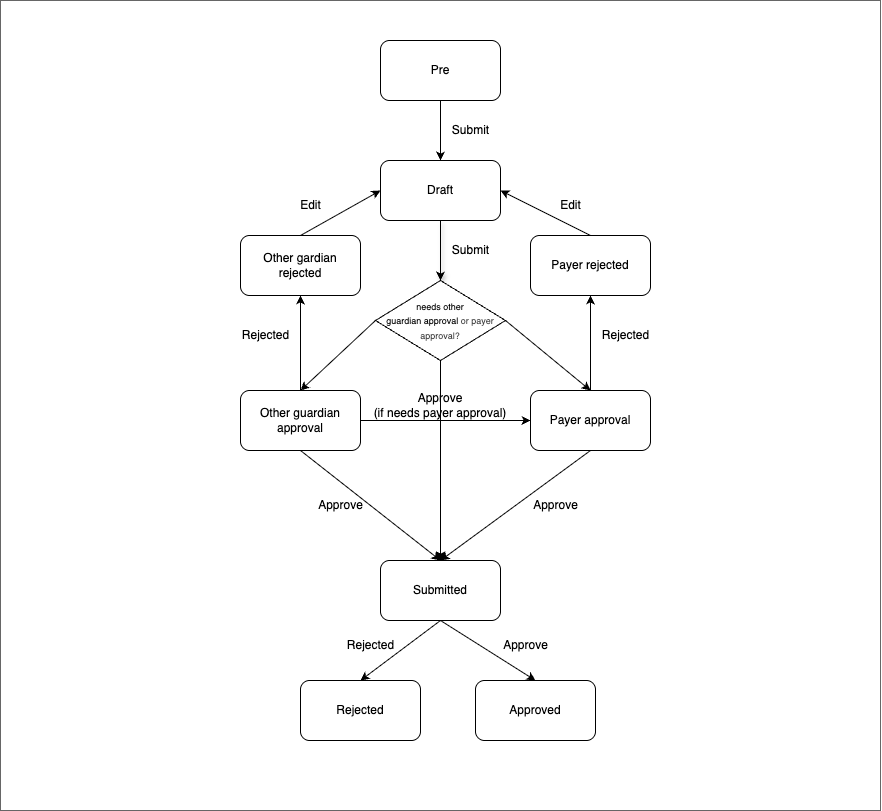
This is libs/application/templates/new-primary-school/assets/nps-flow-chart.png from island-is/island.is, a draw.io export, as it was before one commit. Source tidied: cells renumbered, new cells last; positions are measured from the earlier drawing's top-left corner, leaving out a move shared by most shapes. Its diagram source:
```xml
<mxGraphModel>
  <root>
    <mxCell id="0" />
    <mxCell id="1" parent="0" />
    <mxCell id="2" value="Approve &lt;br&gt;(if needs payer approval)" style="whiteSpace=wrap;html=1;fillColor=#FFFFFF;gradientColor=none;strokeColor=#666666;" parent="1" vertex="1">
      <mxGeometry width="880" height="810" as="geometry" />
    </mxCell>
    <mxCell id="3" value="Draft" style="rounded=1;whiteSpace=wrap;html=1;" parent="1" vertex="1">
      <mxGeometry x="380" y="160" width="120" height="60" as="geometry" />
    </mxCell>
    <mxCell id="4" value="Rejected" style="rounded=1;whiteSpace=wrap;html=1;" parent="1" vertex="1">
      <mxGeometry x="300" y="680" width="120" height="60" as="geometry" />
    </mxCell>
    <mxCell id="5" value="Approved" style="rounded=1;whiteSpace=wrap;html=1;" parent="1" vertex="1">
      <mxGeometry x="475" y="680" width="120" height="60" as="geometry" />
    </mxCell>
    <mxCell id="6" value="Rejected" style="text;html=1;align=center;verticalAlign=middle;strokeColor=none;fillColor=none;fontColor=#000000;" parent="1" vertex="1">
      <mxGeometry x="335" y="630" width="70" height="30" as="geometry" />
    </mxCell>
    <mxCell id="7" value="Submit" style="text;html=1;align=center;verticalAlign=middle;strokeColor=none;fillColor=none;fontColor=#000000;" parent="1" vertex="1">
      <mxGeometry x="440" y="235" width="60" height="30" as="geometry" />
    </mxCell>
    <mxCell id="8" value="Approve" style="text;html=1;align=center;verticalAlign=middle;strokeColor=none;fillColor=none;fontColor=#000000;" parent="1" vertex="1">
      <mxGeometry x="490" y="630" width="70" height="30" as="geometry" />
    </mxCell>
    <mxCell id="9" style="edgeStyle=none;html=1;entryX=1;entryY=0.5;entryDx=0;entryDy=0;exitX=0.5;exitY=0;exitDx=0;exitDy=0;" parent="1" edge="1" source="10" target="3">
      <mxGeometry relative="1" as="geometry" />
    </mxCell>
    <mxCell id="10" value="Payer rejected" style="rounded=1;whiteSpace=wrap;html=1;" parent="1" vertex="1">
      <mxGeometry x="530" y="235" width="120" height="60" as="geometry" />
    </mxCell>
    <mxCell id="11" value="Pre" style="rounded=1;whiteSpace=wrap;html=1;" parent="1" vertex="1">
      <mxGeometry x="380" y="40" width="120" height="60" as="geometry" />
    </mxCell>
    <mxCell id="12" value="Submit" style="text;html=1;align=center;verticalAlign=middle;strokeColor=none;fillColor=none;fontColor=#000000;" parent="1" vertex="1">
      <mxGeometry x="440" y="115" width="60" height="30" as="geometry" />
    </mxCell>
    <mxCell id="13" style="endArrow=classic;html=1;entryX=0.5;entryY=0;entryDx=0;entryDy=0;exitX=0.5;exitY=1;exitDx=0;exitDy=0;fontColor=#FFFFFF;strokeColor=#000000;" parent="1" edge="1">
      <mxGeometry relative="1" as="geometry">
        <mxPoint x="440" y="100" as="sourcePoint" />
        <mxPoint x="440" y="160" as="targetPoint" />
      </mxGeometry>
    </mxCell>
    <mxCell id="14" style="endArrow=classic;html=1;exitX=0.5;exitY=1;exitDx=0;exitDy=0;fontColor=#FFFFFF;strokeColor=#000000;shadow=1;" parent="1" edge="1" target="27">
      <mxGeometry relative="1" as="geometry">
        <mxPoint x="440" y="220" as="sourcePoint" />
      </mxGeometry>
    </mxCell>
    <mxCell id="15" style="endArrow=classic;html=1;exitX=0.5;exitY=1;exitDx=0;exitDy=0;fontColor=#FFFFFF;strokeColor=#000000;entryX=0.5;entryY=0;entryDx=0;entryDy=0;" parent="1" edge="1" source="21" target="5">
      <mxGeometry relative="1" as="geometry" />
    </mxCell>
    <mxCell id="16" style="edgeStyle=none;html=1;exitX=0.5;exitY=0;exitDx=0;exitDy=0;entryX=0;entryY=0.5;entryDx=0;entryDy=0;" parent="1" edge="1" source="17" target="3">
      <mxGeometry relative="1" as="geometry" />
    </mxCell>
    <mxCell id="17" value="Other gardian rejected" style="rounded=1;whiteSpace=wrap;html=1;" parent="1" vertex="1">
      <mxGeometry x="240" y="235" width="120" height="60" as="geometry" />
    </mxCell>
    <mxCell id="18" style="edgeStyle=none;html=1;exitX=1;exitY=0.5;exitDx=0;exitDy=0;entryX=0;entryY=0.5;entryDx=0;entryDy=0;" parent="1" edge="1" source="23" target="30">
      <mxGeometry relative="1" as="geometry" />
    </mxCell>
    <mxCell id="19" style="edgeStyle=none;html=1;exitX=0.5;exitY=0;exitDx=0;exitDy=0;entryX=0.5;entryY=1;entryDx=0;entryDy=0;" parent="1" edge="1" source="23" target="17">
      <mxGeometry relative="1" as="geometry" />
    </mxCell>
    <mxCell id="20" style="edgeStyle=none;html=1;exitX=0.5;exitY=1;exitDx=0;exitDy=0;entryX=0.5;entryY=0;entryDx=0;entryDy=0;" parent="1" edge="1" source="21" target="4">
      <mxGeometry relative="1" as="geometry" />
    </mxCell>
    <mxCell id="21" value="Submitted" style="rounded=1;whiteSpace=wrap;html=1;" parent="1" vertex="1">
      <mxGeometry x="380" y="560" width="120" height="60" as="geometry" />
    </mxCell>
    <mxCell id="22" style="edgeStyle=none;html=1;exitX=0.5;exitY=1;exitDx=0;exitDy=0;entryX=0.5;entryY=0;entryDx=0;entryDy=0;" parent="1" edge="1" source="23" target="21">
      <mxGeometry relative="1" as="geometry" />
    </mxCell>
    <mxCell id="23" value="Other guardian approval" style="rounded=1;whiteSpace=wrap;html=1;" parent="1" vertex="1">
      <mxGeometry x="240" y="390" width="120" height="60" as="geometry" />
    </mxCell>
    <mxCell id="24" style="edgeStyle=none;html=1;exitX=1;exitY=0.5;exitDx=0;exitDy=0;entryX=0.5;entryY=0;entryDx=0;entryDy=0;" parent="1" edge="1" source="27" target="30">
      <mxGeometry relative="1" as="geometry" />
    </mxCell>
    <mxCell id="25" style="edgeStyle=none;html=1;exitX=0;exitY=0.5;exitDx=0;exitDy=0;entryX=0.5;entryY=0;entryDx=0;entryDy=0;" parent="1" edge="1" source="27" target="23">
      <mxGeometry relative="1" as="geometry" />
    </mxCell>
    <mxCell id="26" style="edgeStyle=none;html=1;exitX=0.5;exitY=1;exitDx=0;exitDy=0;entryX=0.5;entryY=0;entryDx=0;entryDy=0;" parent="1" edge="1" source="27" target="21">
      <mxGeometry relative="1" as="geometry" />
    </mxCell>
    <mxCell id="27" value="&lt;font style=&quot;font-size: 9px;&quot;&gt;needs other &lt;br&gt;guardian approval&amp;nbsp;&lt;/font&gt;&lt;span style=&quot;color: rgb(63, 63, 63); font-size: 9px; background-color: transparent;&quot;&gt;or payer approval?&lt;/span&gt;" style="rhombus;whiteSpace=wrap;html=1;" parent="1" vertex="1">
      <mxGeometry x="375" y="280" width="130" height="80" as="geometry" />
    </mxCell>
    <mxCell id="28" style="edgeStyle=none;html=1;exitX=0.5;exitY=1;exitDx=0;exitDy=0;entryX=0.5;entryY=0;entryDx=0;entryDy=0;" parent="1" edge="1" source="30" target="21">
      <mxGeometry relative="1" as="geometry" />
    </mxCell>
    <mxCell id="29" style="edgeStyle=none;html=1;exitX=0.5;exitY=0;exitDx=0;exitDy=0;entryX=0.5;entryY=1;entryDx=0;entryDy=0;" parent="1" edge="1" source="30" target="10">
      <mxGeometry relative="1" as="geometry" />
    </mxCell>
    <mxCell id="30" value="Payer approval" style="rounded=1;whiteSpace=wrap;html=1;" parent="1" vertex="1">
      <mxGeometry x="530" y="390" width="120" height="60" as="geometry" />
    </mxCell>
    <mxCell id="31" value="Approve" style="text;html=1;align=center;verticalAlign=middle;strokeColor=none;fillColor=none;fontColor=#000000;" parent="1" vertex="1">
      <mxGeometry x="305" y="490" width="70" height="30" as="geometry" />
    </mxCell>
    <mxCell id="32" value="Rejected" style="text;html=1;align=center;verticalAlign=middle;strokeColor=none;fillColor=none;fontColor=#000000;" parent="1" vertex="1">
      <mxGeometry x="230" y="320" width="70" height="30" as="geometry" />
    </mxCell>
    <mxCell id="33" value="Edit" style="text;html=1;align=center;verticalAlign=middle;strokeColor=none;fillColor=none;fontColor=#000000;" parent="1" vertex="1">
      <mxGeometry x="290" y="190" width="40" height="30" as="geometry" />
    </mxCell>
    <mxCell id="34" value="Approve" style="text;html=1;align=center;verticalAlign=middle;strokeColor=none;fillColor=none;fontColor=#000000;" parent="1" vertex="1">
      <mxGeometry x="520" y="490" width="70" height="30" as="geometry" />
    </mxCell>
    <mxCell id="35" value="Rejected" style="text;html=1;align=center;verticalAlign=middle;strokeColor=none;fillColor=none;fontColor=#000000;" parent="1" vertex="1">
      <mxGeometry x="590" y="320" width="70" height="30" as="geometry" />
    </mxCell>
    <mxCell id="36" value="Edit" style="text;html=1;align=center;verticalAlign=middle;strokeColor=none;fillColor=none;fontColor=#000000;" parent="1" vertex="1">
      <mxGeometry x="550" y="190" width="40" height="30" as="geometry" />
    </mxCell>
  </root>
</mxGraphModel>
```
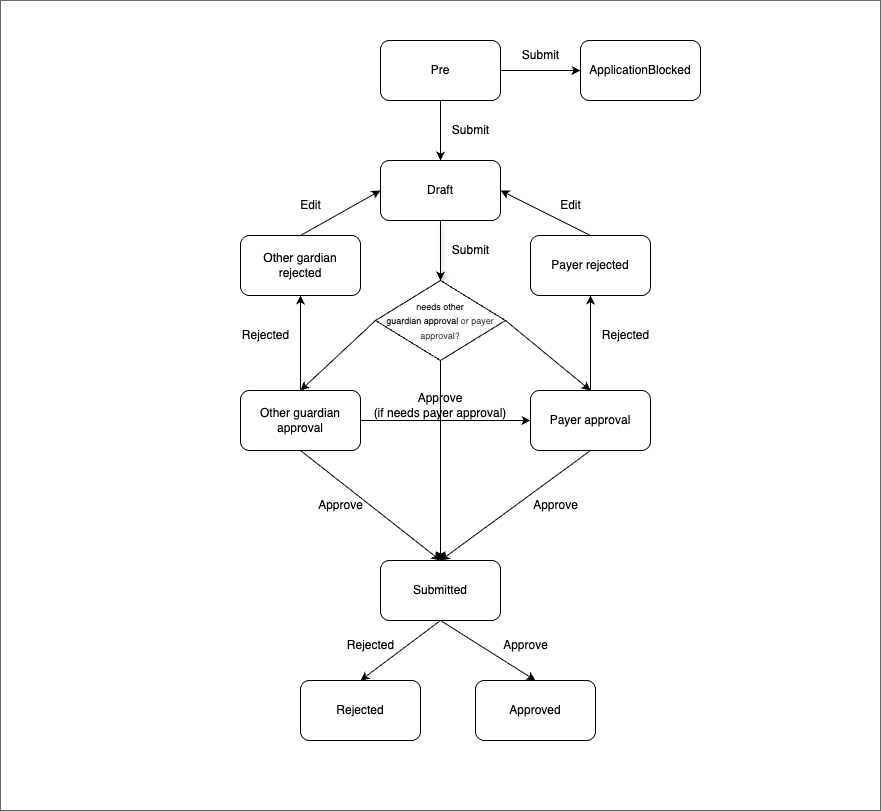
Above is the later version.

Change to the diagram source:
```diff
@@ -29,6 +29,9 @@
     <mxCell id="10" value="Payer rejected" style="rounded=1;whiteSpace=wrap;html=1;" parent="1" vertex="1">
       <mxGeometry x="530" y="235" width="120" height="60" as="geometry" />
     </mxCell>
+    <mxCell id="37" style="edgeStyle=none;html=1;" parent="1" edge="1" source="11" target="38">
+      <mxGeometry relative="1" as="geometry" />
+    </mxCell>
     <mxCell id="11" value="Pre" style="rounded=1;whiteSpace=wrap;html=1;" parent="1" vertex="1">
       <mxGeometry x="380" y="40" width="120" height="60" as="geometry" />
     </mxCell>
@@ -112,5 +115,11 @@
     <mxCell id="36" value="Edit" style="text;html=1;align=center;verticalAlign=middle;strokeColor=none;fillColor=none;fontColor=#000000;" parent="1" vertex="1">
       <mxGeometry x="550" y="190" width="40" height="30" as="geometry" />
     </mxCell>
+    <mxCell id="38" value="ApplicationBlocked" style="rounded=1;whiteSpace=wrap;html=1;" parent="1" vertex="1">
+      <mxGeometry x="580" y="40" width="120" height="60" as="geometry" />
+    </mxCell>
+    <mxCell id="39" value="Submit" style="text;html=1;align=center;verticalAlign=middle;strokeColor=none;fillColor=none;fontColor=#000000;" parent="1" vertex="1">
+      <mxGeometry x="510" y="40" width="60" height="30" as="geometry" />
+    </mxCell>
   </root>
 </mxGraphModel>
```
